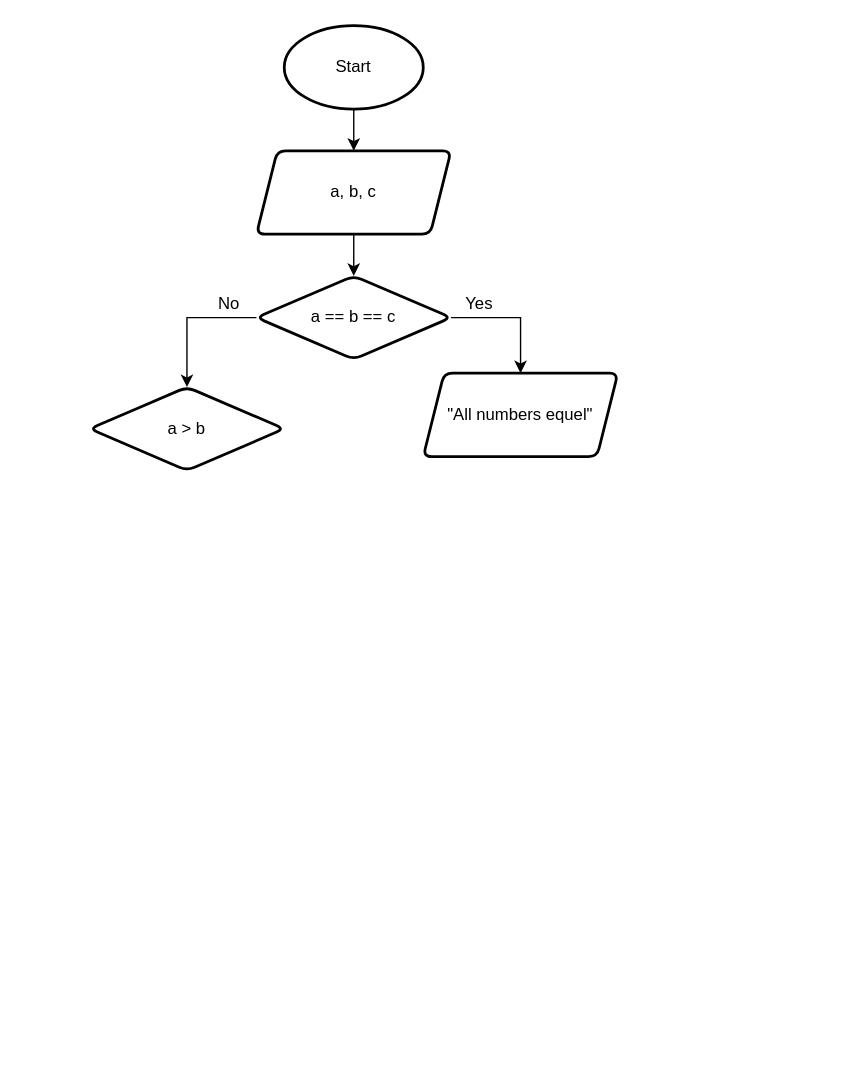
Above: Architecture1.2.drawio in SlayVic/Charts (draw.io), before the change. Source tidied: cells renumbered, new cells numbered last; positions are measured from the earlier drawing's top-left corner, leaving out a move shared by most shapes. Both pictures are drawn from the tidied source at 139%, with x=0, y=0 at pixel (89, 25).
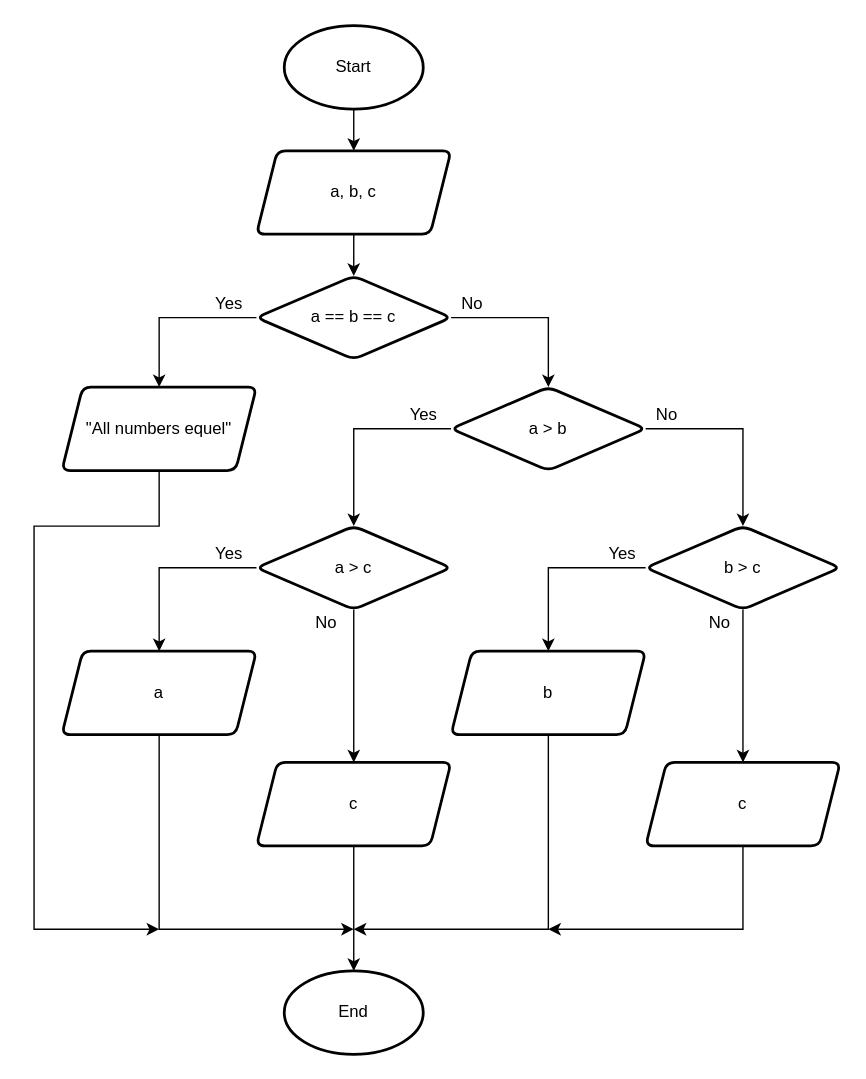
The same page after the edit.

The change refers to these unchanged cells:
```xml
<mxCell id="8" value="a == b == c" style="rhombus;whiteSpace=wrap;html=1;strokeWidth=2;rounded=1;arcSize=12;" parent="1" vertex="1">
  <mxGeometry x="120" y="180" width="140" height="60" as="geometry" />
</mxCell>
```

The edit, as a diff of the source:
```diff
@@
-    <mxCell id="6" style="edgeStyle=orthogonalEdgeStyle;rounded=0;jettySize=auto;html=1;exitX=1;exitY=0.5;exitDx=0;exitDy=0;entryX=0.5;entryY=0;entryDx=0;entryDy=0;" parent="1" edge="1" source="8" target="10">
+    <mxCell id="6" style="edgeStyle=orthogonalEdgeStyle;rounded=0;jettySize=auto;html=1;exitX=1;exitY=0.5;exitDx=0;exitDy=0;entryX=0.5;entryY=0;entryDx=0;entryDy=0;" parent="1" edge="1" source="8" target="9">
       <mxGeometry relative="1" as="geometry" />
     </mxCell>
-    <mxCell id="7" style="edgeStyle=orthogonalEdgeStyle;rounded=0;jettySize=auto;html=1;exitX=0;exitY=0.5;exitDx=0;exitDy=0;entryX=0.5;entryY=0;entryDx=0;entryDy=0;" parent="1" edge="1" source="8" target="9">
+    <mxCell id="7" style="edgeStyle=orthogonalEdgeStyle;rounded=0;jettySize=auto;html=1;exitX=0;exitY=0.5;exitDx=0;exitDy=0;entryX=0.5;entryY=0;entryDx=0;entryDy=0;" parent="1" edge="1" source="8" target="10">
       <mxGeometry relative="1" as="geometry" />
     </mxCell>
@@
-    <mxCell id="9" value="a &amp;gt; b" style="rhombus;whiteSpace=wrap;html=1;strokeWidth=2;rounded=1;arcSize=12;" parent="1" vertex="1">
-      <mxGeometry y="260" width="140" height="60" as="geometry" />
-    </mxCell>
-    <mxCell id="10" value="&quot;All numbers equel&quot;" style="shape=parallelogram;html=1;strokeWidth=2;perimeter=parallelogramPerimeter;whiteSpace=wrap;rounded=1;arcSize=12;size=0.10714285714285714;" parent="1" vertex="1">
-      <mxGeometry x="240" y="250" width="140" height="60" as="geometry" />
-    </mxCell>
     <mxCell id="11" value="Yes" style="text;html=1;align=center;verticalAlign=middle;strokeColor=none;fillColor=none;" parent="1" vertex="1">
-      <mxGeometry x="260" y="190" width="40" height="20" as="geometry" />
+      <mxGeometry x="80" y="190" width="40" height="20" as="geometry" />
     </mxCell>
     <mxCell id="12" value="No" style="text;html=1;align=center;verticalAlign=middle;strokeColor=none;fillColor=none;" parent="1" vertex="1">
-      <mxGeometry x="85" y="190" width="30" height="20" as="geometry" />
+      <mxGeometry x="260" y="190" width="30" height="20" as="geometry" />
     </mxCell>
+    <mxCell id="13" style="edgeStyle=orthogonalEdgeStyle;rounded=0;jettySize=auto;html=1;exitX=0.5;exitY=1;exitDx=0;exitDy=0;" parent="1" edge="1" source="10">
+      <mxGeometry relative="1" as="geometry">
+        <mxPoint x="50" y="650" as="targetPoint" />
+        <Array as="points">
+          <mxPoint x="50" y="360" />
+          <mxPoint x="-40" y="360" />
+          <mxPoint x="-40" y="650" />
+        </Array>
+      </mxGeometry>
+    </mxCell>
+    <mxCell id="10" value="&quot;All numbers equel&quot;" style="shape=parallelogram;html=1;strokeWidth=2;perimeter=parallelogramPerimeter;whiteSpace=wrap;rounded=1;arcSize=12;size=0.10714285714285714;" parent="1" vertex="1">
+      <mxGeometry x="-20" y="260" width="140" height="60" as="geometry" />
+    </mxCell>
+    <mxCell id="14" style="edgeStyle=orthogonalEdgeStyle;rounded=0;jettySize=auto;html=1;exitX=1;exitY=0.5;exitDx=0;exitDy=0;entryX=0.5;entryY=0;entryDx=0;entryDy=0;" parent="1" edge="1" source="9" target="21">
+      <mxGeometry relative="1" as="geometry" />
+    </mxCell>
+    <mxCell id="15" style="edgeStyle=orthogonalEdgeStyle;rounded=0;jettySize=auto;html=1;exitX=0;exitY=0.5;exitDx=0;exitDy=0;entryX=0.5;entryY=0;entryDx=0;entryDy=0;" parent="1" edge="1" source="9" target="18">
+      <mxGeometry relative="1" as="geometry" />
+    </mxCell>
+    <mxCell id="9" value="a &amp;gt; b" style="rhombus;whiteSpace=wrap;html=1;strokeWidth=2;rounded=1;arcSize=12;" parent="1" vertex="1">
+      <mxGeometry x="260" y="260" width="140" height="60" as="geometry" />
+    </mxCell>
+    <mxCell id="16" style="edgeStyle=orthogonalEdgeStyle;rounded=0;jettySize=auto;html=1;exitX=0.5;exitY=1;exitDx=0;exitDy=0;entryX=0.5;entryY=0;entryDx=0;entryDy=0;" parent="1" edge="1" source="18" target="27">
+      <mxGeometry relative="1" as="geometry" />
+    </mxCell>
+    <mxCell id="17" style="edgeStyle=orthogonalEdgeStyle;rounded=0;jettySize=auto;html=1;exitX=0;exitY=0.5;exitDx=0;exitDy=0;entryX=0.5;entryY=0;entryDx=0;entryDy=0;" parent="1" edge="1" source="18" target="25">
+      <mxGeometry relative="1" as="geometry" />
+    </mxCell>
+    <mxCell id="18" value="a &amp;gt; c" style="rhombus;whiteSpace=wrap;html=1;strokeWidth=2;rounded=1;arcSize=12;" parent="1" vertex="1">
+      <mxGeometry x="120" y="360" width="140" height="60" as="geometry" />
+    </mxCell>
+    <mxCell id="19" style="edgeStyle=orthogonalEdgeStyle;rounded=0;jettySize=auto;html=1;exitX=0.5;exitY=1;exitDx=0;exitDy=0;entryX=0.5;entryY=0;entryDx=0;entryDy=0;" parent="1" edge="1" source="21" target="31">
+      <mxGeometry relative="1" as="geometry" />
+    </mxCell>
+    <mxCell id="20" style="edgeStyle=orthogonalEdgeStyle;rounded=0;jettySize=auto;html=1;exitX=0;exitY=0.5;exitDx=0;exitDy=0;entryX=0.5;entryY=0;entryDx=0;entryDy=0;" parent="1" edge="1" source="21" target="29">
+      <mxGeometry relative="1" as="geometry" />
+    </mxCell>
+    <mxCell id="21" value="b &amp;gt; c" style="rhombus;whiteSpace=wrap;html=1;strokeWidth=2;rounded=1;arcSize=12;" parent="1" vertex="1">
+      <mxGeometry x="400" y="360" width="140" height="60" as="geometry" />
+    </mxCell>
+    <mxCell id="22" value="No" style="text;html=1;align=center;verticalAlign=middle;strokeColor=none;fillColor=none;" parent="1" vertex="1">
+      <mxGeometry x="400" y="270" width="30" height="20" as="geometry" />
+    </mxCell>
+    <mxCell id="23" value="Yes" style="text;html=1;align=center;verticalAlign=middle;strokeColor=none;fillColor=none;" parent="1" vertex="1">
+      <mxGeometry x="220" y="270" width="40" height="20" as="geometry" />
+    </mxCell>
+    <mxCell id="24" style="edgeStyle=orthogonalEdgeStyle;rounded=0;jettySize=auto;html=1;exitX=0.5;exitY=1;exitDx=0;exitDy=0;" parent="1" edge="1" source="25">
+      <mxGeometry relative="1" as="geometry">
+        <mxPoint x="190" y="650" as="targetPoint" />
+        <Array as="points">
+          <mxPoint x="50" y="650" />
+        </Array>
+      </mxGeometry>
+    </mxCell>
+    <mxCell id="25" value="a" style="shape=parallelogram;html=1;strokeWidth=2;perimeter=parallelogramPerimeter;whiteSpace=wrap;rounded=1;arcSize=12;size=0.10714285714285714;" parent="1" vertex="1">
+      <mxGeometry x="-20" y="450" width="140" height="60" as="geometry" />
+    </mxCell>
+    <mxCell id="26" style="edgeStyle=orthogonalEdgeStyle;rounded=0;jettySize=auto;html=1;exitX=0.5;exitY=1;exitDx=0;exitDy=0;entryX=0.5;entryY=0;entryDx=0;entryDy=0;entryPerimeter=0;" parent="1" edge="1" source="27" target="36">
+      <mxGeometry relative="1" as="geometry" />
+    </mxCell>
+    <mxCell id="27" value="c" style="shape=parallelogram;html=1;strokeWidth=2;perimeter=parallelogramPerimeter;whiteSpace=wrap;rounded=1;arcSize=12;size=0.10714285714285714;" parent="1" vertex="1">
+      <mxGeometry x="120" y="530" width="140" height="60" as="geometry" />
+    </mxCell>
+    <mxCell id="28" style="edgeStyle=orthogonalEdgeStyle;rounded=0;jettySize=auto;html=1;exitX=0.5;exitY=1;exitDx=0;exitDy=0;" parent="1" edge="1" source="29">
+      <mxGeometry relative="1" as="geometry">
+        <mxPoint x="190" y="650" as="targetPoint" />
+        <Array as="points">
+          <mxPoint x="330" y="650" />
+        </Array>
+      </mxGeometry>
+    </mxCell>
+    <mxCell id="29" value="b" style="shape=parallelogram;html=1;strokeWidth=2;perimeter=parallelogramPerimeter;whiteSpace=wrap;rounded=1;arcSize=12;size=0.10714285714285714;" parent="1" vertex="1">
+      <mxGeometry x="260" y="450" width="140" height="60" as="geometry" />
+    </mxCell>
+    <mxCell id="30" style="edgeStyle=orthogonalEdgeStyle;rounded=0;jettySize=auto;html=1;exitX=0.5;exitY=1;exitDx=0;exitDy=0;" parent="1" edge="1" source="31">
+      <mxGeometry relative="1" as="geometry">
+        <mxPoint x="330" y="650" as="targetPoint" />
+        <Array as="points">
+          <mxPoint x="470" y="650" />
+        </Array>
+      </mxGeometry>
+    </mxCell>
+    <mxCell id="31" value="c" style="shape=parallelogram;html=1;strokeWidth=2;perimeter=parallelogramPerimeter;whiteSpace=wrap;rounded=1;arcSize=12;size=0.10714285714285714;" parent="1" vertex="1">
+      <mxGeometry x="400" y="530" width="140" height="60" as="geometry" />
+    </mxCell>
+    <mxCell id="32" value="Yes" style="text;html=1;align=center;verticalAlign=middle;strokeColor=none;fillColor=none;" parent="1" vertex="1">
+      <mxGeometry x="80" y="370" width="40" height="20" as="geometry" />
+    </mxCell>
+    <mxCell id="33" value="No" style="text;html=1;align=center;verticalAlign=middle;strokeColor=none;fillColor=none;" parent="1" vertex="1">
+      <mxGeometry x="155" y="420" width="30" height="20" as="geometry" />
+    </mxCell>
+    <mxCell id="34" value="No" style="text;html=1;align=center;verticalAlign=middle;strokeColor=none;fillColor=none;" parent="1" vertex="1">
+      <mxGeometry x="437.5" y="420" width="30" height="20" as="geometry" />
+    </mxCell>
+    <mxCell id="35" value="Yes" style="text;html=1;align=center;verticalAlign=middle;strokeColor=none;fillColor=none;" parent="1" vertex="1">
+      <mxGeometry x="362.5" y="370" width="40" height="20" as="geometry" />
+    </mxCell>
+    <mxCell id="36" value="End" style="strokeWidth=2;html=1;shape=mxgraph.flowchart.start_1;whiteSpace=wrap;" parent="1" vertex="1">
+      <mxGeometry x="140" y="680" width="100" height="60" as="geometry" />
+    </mxCell>
```
